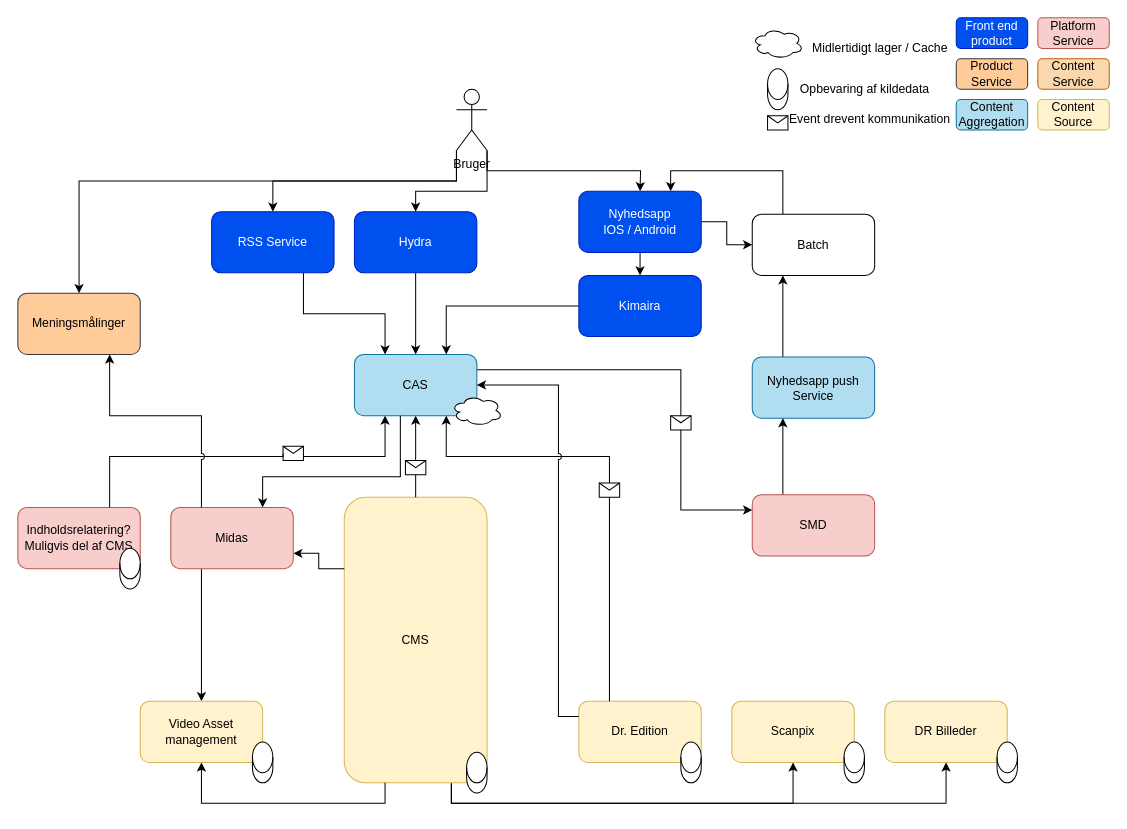
Before: page "To Be udgivelseskæden" (5 of 5) of draw-io/målarkitektur.drawio in drdkjtop/arkitektur, a draw.io diagram. Source tidied: cells renumbered, new cells numbered last; positions are measured from the earlier drawing's top-left corner, leaving out a move shared by most shapes. Both pictures are drawn from the tidied source at 102%, with x=0, y=0 at pixel (17, 17).
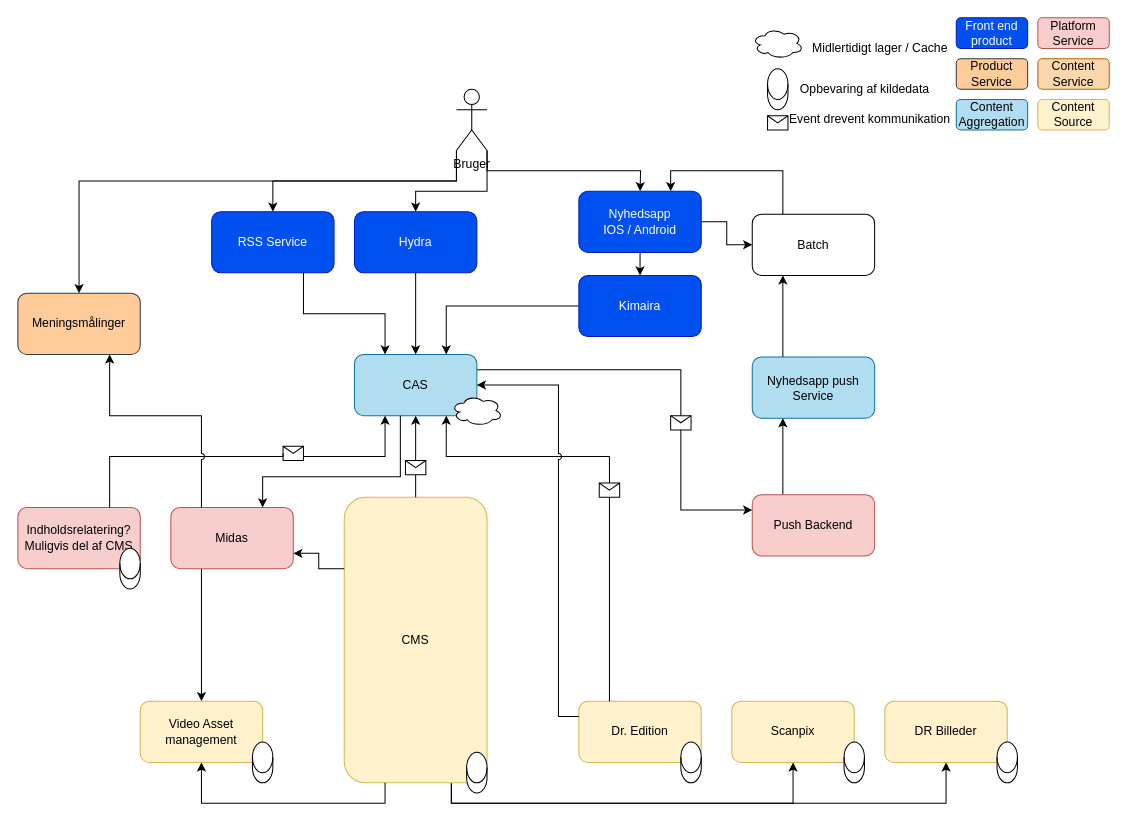
The same diagram, later.

What changed in the source:
```diff
@@
-    <mxCell id="51" value="SMD" style="rounded=1;whiteSpace=wrap;html=1;fillColor=#f8cecc;strokeColor=#b85450;" parent="1" vertex="1">
+    <mxCell id="51" value="Push Backend" style="rounded=1;whiteSpace=wrap;html=1;fillColor=#f8cecc;strokeColor=#b85450;" parent="1" vertex="1">
       <mxGeometry x="720" y="467.5" width="120" height="60" as="geometry" />
     </mxCell>
```
